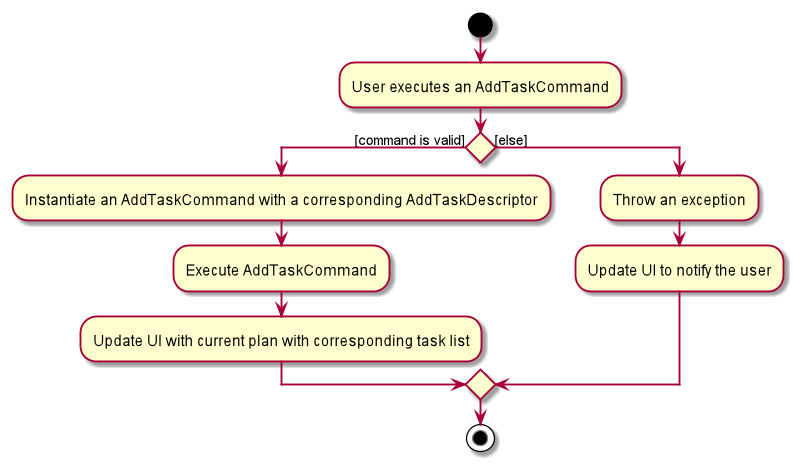
Before: docs/images/task/AddTaskCommandActivityDiagram.png, a diagram exported from PlantUML (nus-cs2103-AY1920S1/addressbook-level3).
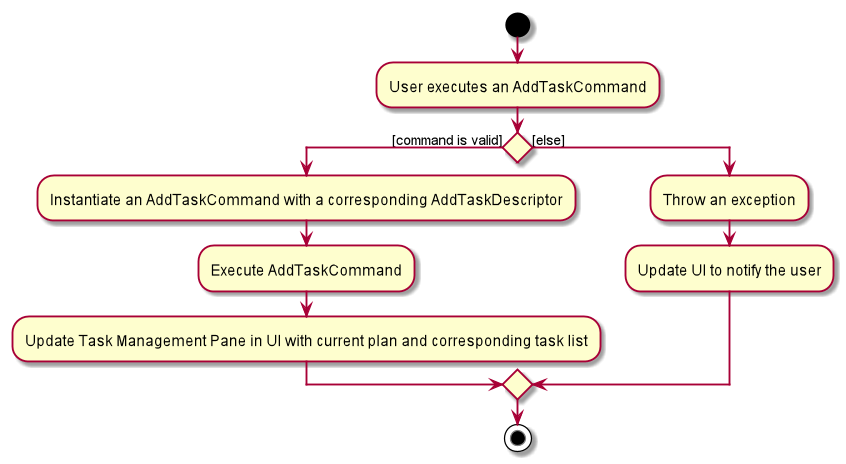
The same file after the commit.

Change to the diagram source:
```diff
@@ -7,7 +7,7 @@
 if () then ([command is valid])
 	:Instantiate an AddTaskCommand with a corresponding AddTaskDescriptor;
 	:Execute AddTaskCommand;
-	:Update UI with current plan with corresponding task list;
+	:Update Task Management Pane in UI with current plan and corresponding task list;
 else ([else])
 	:Throw an exception;
 	:Update UI to notify the user;
```
